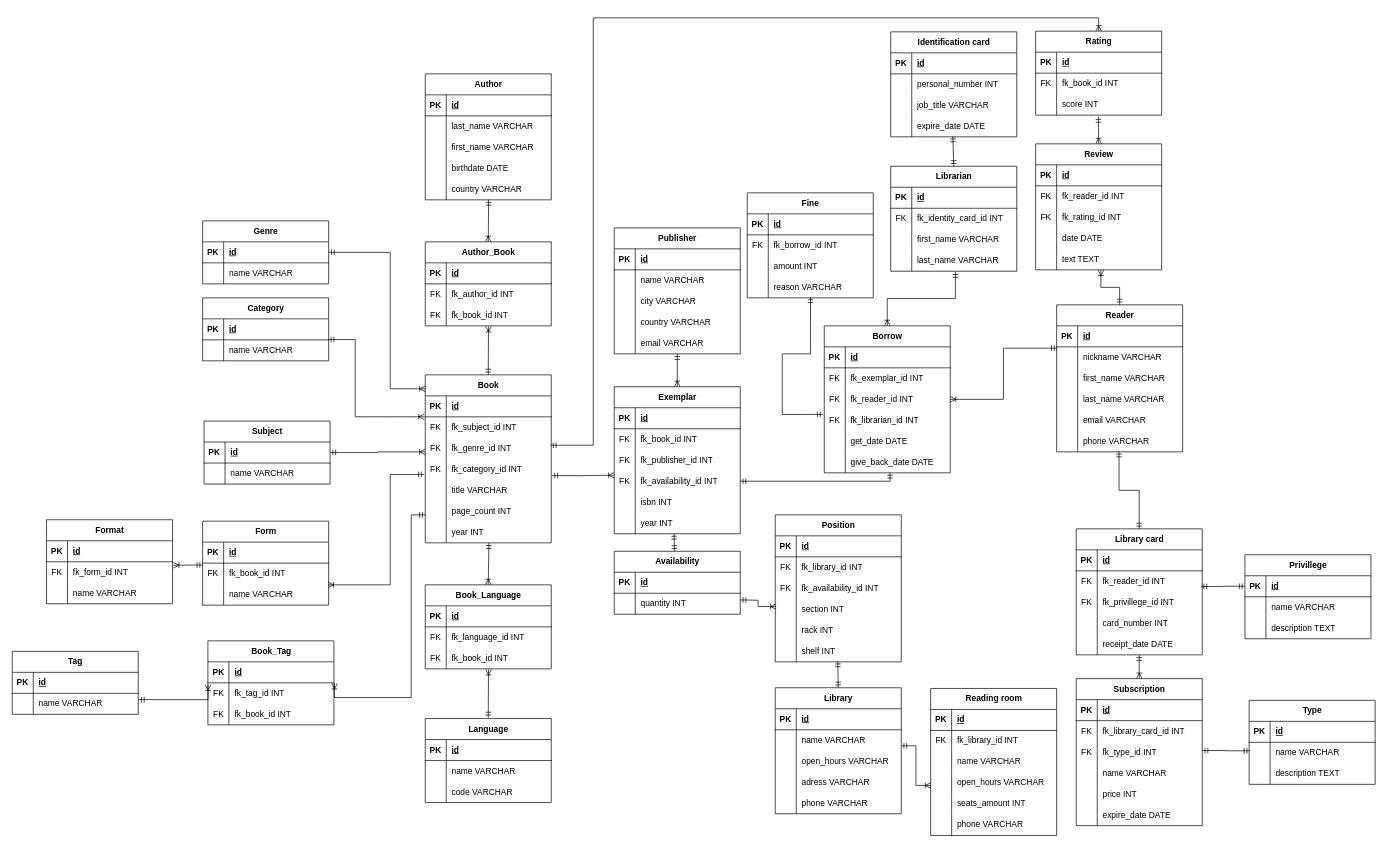
Before: scheme.drawio in Elizabeth379/DBCourseworkLibrary, a draw.io diagram. Source tidied: cells renumbered, new cells numbered last; positions are measured from the earlier drawing's top-left corner, leaving out a move shared by most shapes. Both pictures are drawn from the tidied source at 70%, with x=0, y=0 at pixel (12, 18).
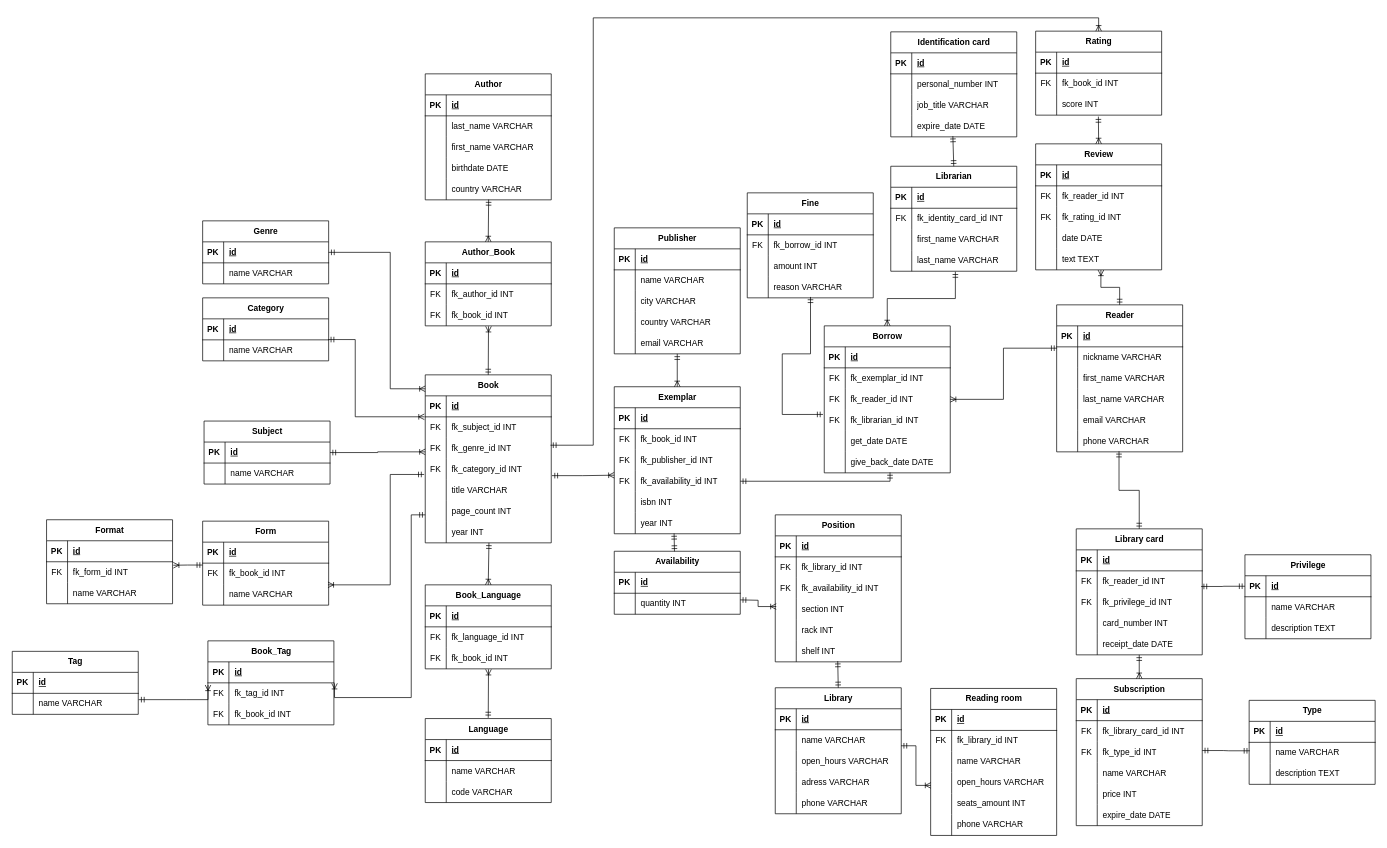
After the change.

The change refers to these unchanged cells:
```xml
<mxCell id="246" style="shape=tableRow;horizontal=0;startSize=0;swimlaneHead=0;swimlaneBody=0;fillColor=none;top=0;left=0;right=0;bottom=0;" parent="239" vertex="1">
  <mxGeometry y="90" width="180" height="30" as="geometry" />
</mxCell>
```

The edit, as a diff of the source:
```diff
@@
-    <mxCell id="248" value="fk_privillege_id INT" style="shape=partialRectangle;fillColor=none;top=0;left=0;bottom=0;right=0;align=left;spacingLeft=6;overflow=hidden;whiteSpace=wrap;html=1;" parent="246" vertex="1">
+    <mxCell id="248" value="fk_privilege_id INT" style="shape=partialRectangle;fillColor=none;top=0;left=0;bottom=0;right=0;align=left;spacingLeft=6;overflow=hidden;whiteSpace=wrap;html=1;" parent="246" vertex="1">
       <mxGeometry x="30" width="150" height="30" as="geometry" />
     </mxCell>
@@
-    <mxCell id="274" value="Privillege" style="shape=table;startSize=30;childLayout=tableLayout;rowLines=0;fontStyle=1;align=center;html=1;" parent="1" vertex="1">
+    <mxCell id="274" value="Privilege" style="shape=table;startSize=30;childLayout=tableLayout;rowLines=0;fontStyle=1;align=center;html=1;" parent="1" vertex="1">
       <mxGeometry x="1761" y="767" width="180" height="120" as="geometry" />
     </mxCell>
```
